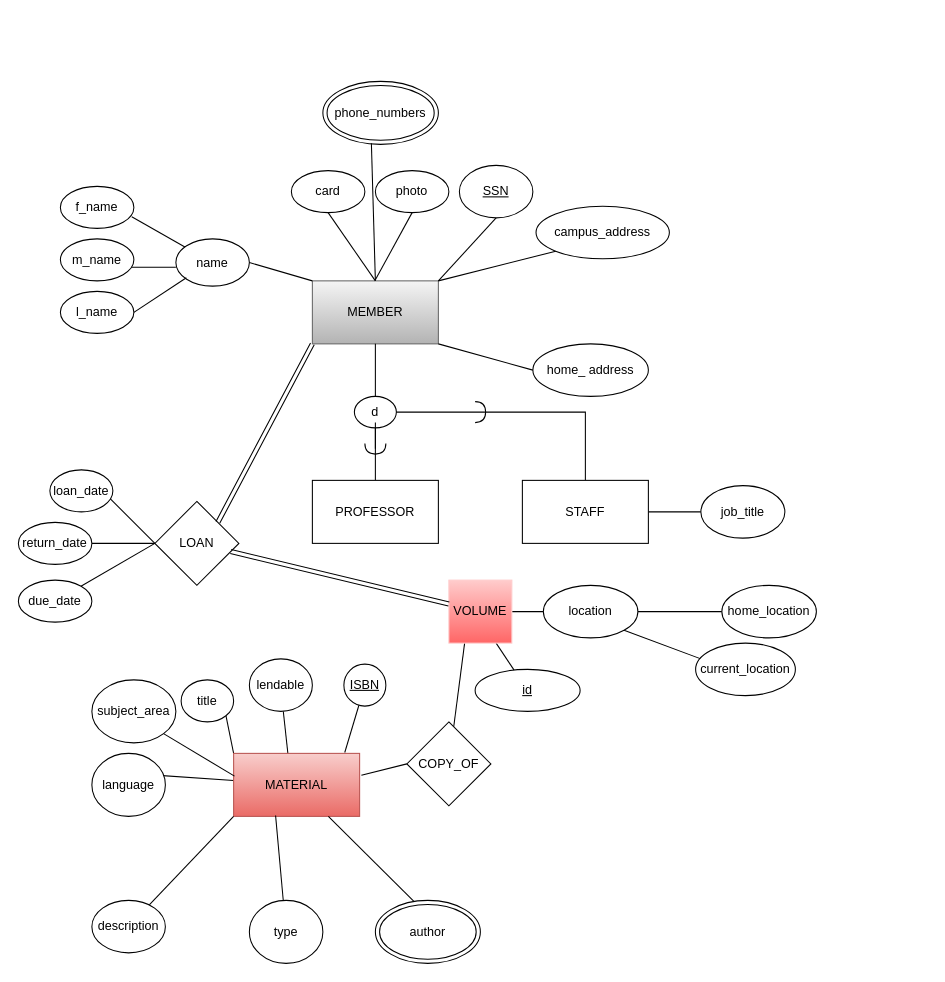
Earlier version of the draw.io diagram Docs/Untitled Diagram.drawio (psu0220-sem-1/Georgia10). Source tidied: cells renumbered, new cells numbered last; positions are measured from the earlier drawing's top-left corner, leaving out a move shared by most shapes. Both pictures are drawn from the tidied source at 105%, with x=0, y=0 at pixel (18, 81).
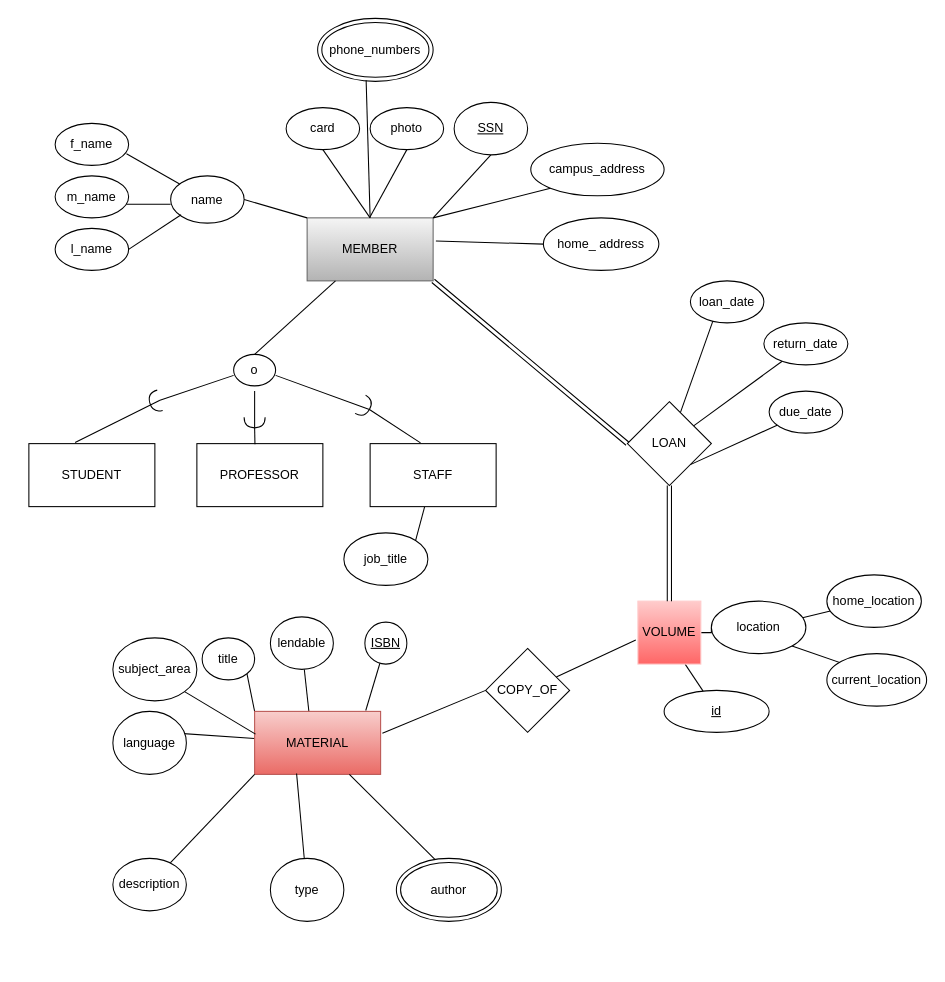
Above is the later version.

What changed in the source:
```diff
@@
-    <mxCell id="2" style="edgeStyle=orthogonalEdgeStyle;rounded=0;jettySize=auto;html=1;endArrow=none;endFill=0;" parent="1" edge="1" source="29" target="5">
-      <mxGeometry relative="1" as="geometry">
-        <Array as="points">
-          <mxPoint x="340" y="310" />
-          <mxPoint x="340" y="310" />
-        </Array>
-      </mxGeometry>
-    </mxCell>
     <mxCell id="3" value="MEMBER" style="rounded=0;whiteSpace=wrap;html=1;fillColor=#f5f5f5;strokeColor=#666666;gradientColor=#b3b3b3;" parent="1" vertex="1">
-      <mxGeometry x="280" y="190" width="120" height="60" as="geometry" />
+      <mxGeometry x="275" y="130" width="120" height="60" as="geometry" />
     </mxCell>
-    <mxCell id="4" style="edgeStyle=orthogonalEdgeStyle;rounded=0;jettySize=auto;html=1;exitX=1;exitY=0.5;exitDx=0;exitDy=0;endArrow=none;endFill=0;" parent="1" edge="1" source="31" target="7">
-      <mxGeometry relative="1" as="geometry" />
-    </mxCell>
     <mxCell id="5" value="PROFESSOR" style="rounded=0;whiteSpace=wrap;html=1;" parent="1" vertex="1">
-      <mxGeometry x="280" y="380" width="120" height="60" as="geometry" />
+      <mxGeometry x="170" y="345" width="120" height="60" as="geometry" />
     </mxCell>
-    <mxCell id="6" style="edgeStyle=none;rounded=0;jettySize=auto;html=1;entryX=0;entryY=0.5;entryDx=0;entryDy=0;startArrow=none;startFill=0;endArrow=none;endFill=0;" parent="1" edge="1" source="7" target="32">
+    <mxCell id="6" style="edgeStyle=none;rounded=0;jettySize=auto;html=1;entryX=1;entryY=0;entryDx=0;entryDy=0;startArrow=none;startFill=0;endArrow=none;endFill=0;" parent="1" edge="1" source="7" target="32">
       <mxGeometry relative="1" as="geometry" />
     </mxCell>
     <mxCell id="7" value="STAFF" style="rounded=0;whiteSpace=wrap;html=1;" parent="1" vertex="1">
-      <mxGeometry x="480" y="380" width="120" height="60" as="geometry" />
+      <mxGeometry x="335" y="345" width="120" height="60" as="geometry" />
     </mxCell>
     <mxCell id="8" style="endArrow=none;html=1;entryX=0.5;entryY=1;entryDx=0;entryDy=0;" parent="1" edge="1" target="9">
       <mxGeometry relative="1" as="geometry">
-        <mxPoint x="400" y="190" as="sourcePoint" />
+        <mxPoint x="395" y="130" as="sourcePoint" />
       </mxGeometry>
     </mxCell>
     <mxCell id="9" value="&lt;u&gt;SSN&lt;/u&gt;" style="ellipse;whiteSpace=wrap;html=1;" parent="1" vertex="1">
-      <mxGeometry x="420" y="80" width="70" height="50" as="geometry" />
+      <mxGeometry x="415" y="20" width="70" height="50" as="geometry" />
     </mxCell>
     <mxCell id="10" value="campus_address" style="ellipse;whiteSpace=wrap;html=1;" parent="1" vertex="1">
-      <mxGeometry x="493" y="119" width="127" height="50" as="geometry" />
+      <mxGeometry x="488" y="59" width="127" height="50" as="geometry" />
     </mxCell>
     <mxCell id="11" value="home_ address" style="ellipse;whiteSpace=wrap;html=1;" parent="1" vertex="1">
-      <mxGeometry x="490" y="250" width="110" height="50" as="geometry" />
+      <mxGeometry x="500" y="130" width="110" height="50" as="geometry" />
     </mxCell>
     <mxCell id="12" value="photo" style="ellipse;whiteSpace=wrap;html=1;" parent="1" vertex="1">
-      <mxGeometry x="340" y="85" width="70" height="40" as="geometry" />
+      <mxGeometry x="335" y="25" width="70" height="40" as="geometry" />
     </mxCell>
     <mxCell id="13" value="card" style="ellipse;whiteSpace=wrap;html=1;" parent="1" vertex="1">
-      <mxGeometry x="260" y="85" width="70" height="40" as="geometry" />
+      <mxGeometry x="255" y="25" width="70" height="40" as="geometry" />
     </mxCell>
     <mxCell id="14" value="name" style="ellipse;whiteSpace=wrap;html=1;strokeColor=#000000;direction=west;" parent="1" vertex="1">
-      <mxGeometry x="150" y="150" width="70" height="45" as="geometry" />
+      <mxGeometry x="145" y="90" width="70" height="45" as="geometry" />
     </mxCell>
     <mxCell id="15" value="phone_numbers" style="ellipse;shape=doubleEllipse;whiteSpace=wrap;html=1;" parent="1" vertex="1">
-      <mxGeometry x="290" width="110" height="60" as="geometry" />
+      <mxGeometry x="285" y="-60" width="110" height="60" as="geometry" />
     </mxCell>
     <mxCell id="16" value="f_name" style="ellipse;whiteSpace=wrap;html=1;strokeColor=#000000;" parent="1" vertex="1">
-      <mxGeometry x="40" y="100" width="70" height="40" as="geometry" />
+      <mxGeometry x="35" y="40" width="70" height="40" as="geometry" />
     </mxCell>
     <mxCell id="17" value="m_name" style="ellipse;whiteSpace=wrap;html=1;" parent="1" vertex="1">
-      <mxGeometry x="40" y="150" width="70" height="40" as="geometry" />
+      <mxGeometry x="35" y="90" width="70" height="40" as="geometry" />
     </mxCell>
     <mxCell id="18" value="l_name" style="ellipse;whiteSpace=wrap;html=1;" parent="1" vertex="1">
-      <mxGeometry x="40" y="200" width="70" height="40" as="geometry" />
+      <mxGeometry x="35" y="140" width="70" height="40" as="geometry" />
     </mxCell>
@@
     <mxCell id="20" style="endArrow=none;html=1;entryX=0.971;entryY=0.675;entryDx=0;entryDy=0;entryPerimeter=0;" parent="1" edge="1" target="17">
       <mxGeometry relative="1" as="geometry">
-        <mxPoint x="150" y="177" as="sourcePoint" />
+        <mxPoint x="145" y="117" as="sourcePoint" />
       </mxGeometry>
     </mxCell>
     <mxCell id="21" style="endArrow=none;html=1;entryX=1;entryY=0.5;entryDx=0;entryDy=0;" parent="1" edge="1" target="18">
       <mxGeometry relative="1" as="geometry">
-        <mxPoint x="160" y="187" as="sourcePoint" />
+        <mxPoint x="155" y="127" as="sourcePoint" />
       </mxGeometry>
     </mxCell>
@@
     <mxCell id="23" style="endArrow=none;html=1;entryX=0.5;entryY=1;entryDx=0;entryDy=0;" parent="1" edge="1" target="12">
       <mxGeometry relative="1" as="geometry">
-        <mxPoint x="340" y="189" as="sourcePoint" />
+        <mxPoint x="335" y="129" as="sourcePoint" />
       </mxGeometry>
     </mxCell>
@@
-    <mxCell id="27" value="d" style="ellipse;whiteSpace=wrap;html=1;strokeColor=#000000;" parent="1" vertex="1">
-      <mxGeometry x="320" y="300" width="40" height="30" as="geometry" />
-    </mxCell>
-    <mxCell id="28" style="edgeStyle=orthogonalEdgeStyle;rounded=0;jettySize=auto;html=1;endArrow=none;endFill=0;" parent="1" edge="1" source="3" target="27">
+    <mxCell id="28" style="rounded=0;jettySize=auto;html=1;endArrow=none;endFill=0;entryX=0.5;entryY=0;entryDx=0;entryDy=0;" parent="1" edge="1" source="3" target="27">
       <mxGeometry relative="1" as="geometry" />
     </mxCell>
-    <mxCell id="29" style="shape=requiredInterface;html=1;verticalLabelPosition=bottom;strokeColor=#000000;direction=south;" parent="1" vertex="1">
-      <mxGeometry x="330" y="345" width="20" height="10" as="geometry" />
-    </mxCell>
-    <mxCell id="30" style="edgeStyle=orthogonalEdgeStyle;rounded=0;jettySize=auto;html=1;endArrow=none;endFill=0;" parent="1" edge="1" source="27" target="29">
-      <mxGeometry relative="1" as="geometry" />
-    </mxCell>
-    <mxCell id="31" style="shape=requiredInterface;html=1;verticalLabelPosition=bottom;strokeColor=#000000;direction=east;" parent="1" vertex="1">
-      <mxGeometry x="435" y="305" width="10" height="20" as="geometry" />
-    </mxCell>
     <mxCell id="32" value="job_title" style="ellipse;whiteSpace=wrap;html=1;strokeColor=#000000;" parent="1" vertex="1">
-      <mxGeometry x="650" y="385" width="80" height="50" as="geometry" />
+      <mxGeometry x="310" y="430" width="80" height="50" as="geometry" />
     </mxCell>
-    <mxCell id="33" style="endArrow=none;html=1;exitX=1;exitY=1;exitDx=0;exitDy=0;entryX=0;entryY=0.5;entryDx=0;entryDy=0;" parent="1" edge="1" source="3" target="11">
+    <mxCell id="33" style="endArrow=none;html=1;exitX=1.022;exitY=0.367;exitDx=0;exitDy=0;entryX=0;entryY=0.5;entryDx=0;entryDy=0;exitPerimeter=0;" parent="1" edge="1" source="3" target="11">
       <mxGeometry relative="1" as="geometry" />
     </mxCell>
-    <mxCell id="34" style="endArrow=none;html=1;exitX=1;exitY=0.5;exitDx=0;exitDy=0;entryX=1;entryY=0.5;entryDx=0;entryDy=0;entryPerimeter=0;" parent="1" edge="1" source="27" target="31">
+    <mxCell id="34" style="endArrow=none;html=1;exitX=1;exitY=0.5;exitDx=0;exitDy=0;entryX=0.4;entryY=-0.012;entryDx=0;entryDy=0;entryPerimeter=0;" parent="1" edge="1" source="31" target="7">
       <mxGeometry relative="1" as="geometry" />
     </mxCell>
-    <mxCell id="35" style="rounded=0;jettySize=auto;html=1;entryX=0.5;entryY=0;entryDx=0;entryDy=0;startArrow=none;startFill=0;endArrow=none;endFill=0;exitX=0;exitY=0.5;exitDx=0;exitDy=0;" parent="1" edge="1" source="36" target="39">
+    <mxCell id="35" style="rounded=0;jettySize=auto;html=1;entryX=0.5;entryY=0;entryDx=0;entryDy=0;startArrow=none;startFill=0;endArrow=none;endFill=0;" parent="1" edge="1" source="36" target="39">
       <mxGeometry relative="1" as="geometry" />
     </mxCell>
     <mxCell id="36" value="LOAN" style="rhombus;whiteSpace=wrap;html=1;strokeColor=#000000;" parent="1" vertex="1">
-      <mxGeometry x="130" y="400" width="80" height="80" as="geometry" />
+      <mxGeometry x="580" y="305" width="80" height="80" as="geometry" />
     </mxCell>
-    <mxCell id="37" style="shape=link;html=1;entryX=0;entryY=1;entryDx=0;entryDy=0;exitX=1;exitY=0;exitDx=0;exitDy=0;" parent="1" edge="1" source="36" target="3">
+    <mxCell id="37" style="shape=link;html=1;exitX=0;exitY=0.5;exitDx=0;exitDy=0;entryX=1;entryY=1;entryDx=0;entryDy=0;" parent="1" edge="1" source="36" target="3">
       <mxGeometry relative="1" as="geometry" />
     </mxCell>
@@
     <mxCell id="39" value="loan_date" style="ellipse;whiteSpace=wrap;html=1;strokeColor=#000000;" parent="1" vertex="1">
-      <mxGeometry x="30" y="370" width="60" height="40" as="geometry" />
+      <mxGeometry x="640" y="190" width="70" height="40" as="geometry" />
     </mxCell>
-    <mxCell id="40" style="edgeStyle=none;rounded=0;jettySize=auto;html=1;startArrow=none;startFill=0;endArrow=none;endFill=0;exitX=0;exitY=0.5;exitDx=0;exitDy=0;" parent="1" edge="1" source="36" target="42">
+    <mxCell id="40" style="edgeStyle=none;rounded=0;jettySize=auto;html=1;startArrow=none;startFill=0;endArrow=none;endFill=0;exitX=1;exitY=1;exitDx=0;exitDy=0;" parent="1" edge="1" source="36" target="42">
       <mxGeometry relative="1" as="geometry" />
     </mxCell>
     <mxCell id="41" value="return_date" style="ellipse;whiteSpace=wrap;html=1;strokeColor=#000000;" parent="1" vertex="1">
-      <mxGeometry y="420" width="70" height="40" as="geometry" />
+      <mxGeometry x="710" y="230" width="80" height="40" as="geometry" />
     </mxCell>
     <mxCell id="42" value="due_date" style="ellipse;whiteSpace=wrap;html=1;strokeColor=#000000;" parent="1" vertex="1">
-      <mxGeometry y="475" width="70" height="40" as="geometry" />
+      <mxGeometry x="715" y="295" width="70" height="40" as="geometry" />
     </mxCell>
@@
-    <mxCell id="45" style="rounded=0;jettySize=auto;html=1;exitX=0.25;exitY=1;exitDx=0;exitDy=0;startArrow=none;startFill=0;endArrow=none;endFill=0;" parent="1" edge="1" source="46" target="53">
+    <mxCell id="45" style="rounded=0;jettySize=auto;html=1;exitX=-0.033;exitY=0.617;exitDx=0;exitDy=0;startArrow=none;startFill=0;endArrow=none;endFill=0;exitPerimeter=0;" parent="1" edge="1" source="46" target="53">
       <mxGeometry relative="1" as="geometry" />
     </mxCell>
     <mxCell id="46" value="VOLUME" style="whiteSpace=wrap;html=1;strokeColor=#FFCCCC;fillColor=#FFCCCC;gradientColor=#FF6666;" parent="1" vertex="1">
-      <mxGeometry x="410" y="475" width="60" height="60" as="geometry" />
+      <mxGeometry x="590" y="495" width="60" height="60" as="geometry" />
     </mxCell>
@@
     <mxCell id="48" style="edgeStyle=none;rounded=0;jettySize=auto;html=1;exitX=1;exitY=1;exitDx=0;exitDy=0;startArrow=none;startFill=0;endArrow=none;endFill=0;" parent="1" edge="1" source="49">
       <mxGeometry relative="1" as="geometry">
-        <mxPoint x="650" y="550" as="targetPoint" />
+        <mxPoint x="830" y="570" as="targetPoint" />
       </mxGeometry>
     </mxCell>
     <mxCell id="49" value="location" style="ellipse;whiteSpace=wrap;html=1;strokeColor=#000000;" parent="1" vertex="1">
-      <mxGeometry x="500" y="480" width="90" height="50" as="geometry" />
+      <mxGeometry x="660" y="495" width="90" height="50" as="geometry" />
     </mxCell>
     <mxCell id="50" value="home_location" style="ellipse;whiteSpace=wrap;html=1;strokeColor=#000000;" parent="1" vertex="1">
-      <mxGeometry x="670" y="480" width="90" height="50" as="geometry" />
+      <mxGeometry x="770" y="470" width="90" height="50" as="geometry" />
     </mxCell>
     <mxCell id="51" value="id" style="ellipse;whiteSpace=wrap;html=1;align=center;fontStyle=4;strokeColor=#000000;" parent="1" vertex="1">
-      <mxGeometry x="435" y="560" width="100" height="40" as="geometry" />
+      <mxGeometry x="615" y="580" width="100" height="40" as="geometry" />
     </mxCell>
@@
     <mxCell id="53" value="COPY_OF" style="rhombus;whiteSpace=wrap;html=1;strokeColor=#000000;" parent="1" vertex="1">
-      <mxGeometry x="370" y="610" width="80" height="80" as="geometry" />
+      <mxGeometry x="445" y="540" width="80" height="80" as="geometry" />
     </mxCell>
     <mxCell id="54" style="rounded=0;jettySize=auto;html=1;startArrow=none;startFill=0;endArrow=none;endFill=0;" parent="1" edge="1" source="57">
       <mxGeometry relative="1" as="geometry">
-        <mxPoint x="120" y="660" as="targetPoint" />
+        <mxPoint x="140" y="620" as="targetPoint" />
       </mxGeometry>
     </mxCell>
@@
     <mxCell id="57" value="MATERIAL" style="rounded=0;whiteSpace=wrap;html=1;strokeColor=#b85450;fillColor=#f8cecc;gradientColor=#ea6b66;" parent="1" vertex="1">
-      <mxGeometry x="205" y="640" width="120" height="60" as="geometry" />
+      <mxGeometry x="225" y="600" width="120" height="60" as="geometry" />
     </mxCell>
@@
     <mxCell id="59" value="subject_area" style="ellipse;whiteSpace=wrap;html=1;strokeColor=#000000;" parent="1" vertex="1">
-      <mxGeometry x="70" y="570" width="80" height="60" as="geometry" />
+      <mxGeometry x="90" y="530" width="80" height="60" as="geometry" />
     </mxCell>
     <mxCell id="60" value="title" style="ellipse;whiteSpace=wrap;html=1;strokeColor=#000000;" parent="1" vertex="1">
-      <mxGeometry x="155" y="570" width="50" height="40" as="geometry" />
+      <mxGeometry x="175" y="530" width="50" height="40" as="geometry" />
     </mxCell>
@@
     <mxCell id="62" value="lendable" style="ellipse;whiteSpace=wrap;html=1;strokeColor=#000000;" parent="1" vertex="1">
-      <mxGeometry x="220" y="550" width="60" height="50" as="geometry" />
+      <mxGeometry x="240" y="510" width="60" height="50" as="geometry" />
     </mxCell>
     <mxCell id="63" value="&lt;u&gt;ISBN&lt;/u&gt;" style="ellipse;whiteSpace=wrap;html=1;strokeColor=#000000;" parent="1" vertex="1">
-      <mxGeometry x="310" y="555" width="40" height="40" as="geometry" />
+      <mxGeometry x="330" y="515" width="40" height="40" as="geometry" />
     </mxCell>
     <mxCell id="64" value="language" style="ellipse;whiteSpace=wrap;html=1;strokeColor=#000000;" parent="1" vertex="1">
-      <mxGeometry x="70" y="640" width="70" height="60" as="geometry" />
+      <mxGeometry x="90" y="600" width="70" height="60" as="geometry" />
     </mxCell>
@@
     <mxCell id="67" value="description" style="ellipse;whiteSpace=wrap;html=1;strokeColor=#000000;" parent="1" vertex="1">
-      <mxGeometry x="70" y="780" width="70" height="50" as="geometry" />
+      <mxGeometry x="90" y="740" width="70" height="50" as="geometry" />
     </mxCell>
     <mxCell id="68" style="edgeStyle=none;rounded=0;jettySize=auto;html=1;startArrow=none;startFill=0;endArrow=none;endFill=0;" parent="1" edge="1" source="57">
       <mxGeometry relative="1" as="geometry">
-        <mxPoint x="382.7" y="786.9" as="targetPoint" />
+        <mxPoint x="402.7" y="746.9" as="targetPoint" />
       </mxGeometry>
     </mxCell>
     <mxCell id="69" value="type" style="ellipse;whiteSpace=wrap;html=1;strokeColor=#000000;" parent="1" vertex="1">
-      <mxGeometry x="220" y="780" width="70" height="60" as="geometry" />
+      <mxGeometry x="240" y="740" width="70" height="60" as="geometry" />
     </mxCell>
     <mxCell id="70" value="author" style="ellipse;shape=doubleEllipse;whiteSpace=wrap;html=1;strokeColor=#000000;" parent="1" vertex="1">
-      <mxGeometry x="340" y="780" width="100" height="60" as="geometry" />
+      <mxGeometry x="360" y="740" width="100" height="60" as="geometry" />
     </mxCell>
-    <mxCell id="71" style="shape=link;html=1;startArrow=none;startFill=0;endArrow=none;endFill=0;" parent="1" edge="1" source="36" target="46">
+    <mxCell id="71" style="shape=link;html=1;startArrow=none;startFill=0;endArrow=none;endFill=0;exitX=0.5;exitY=1;exitDx=0;exitDy=0;" parent="1" edge="1" source="36" target="46">
       <mxGeometry relative="1" as="geometry" />
     </mxCell>
     <mxCell id="72" value="current_location" style="ellipse;whiteSpace=wrap;html=1;strokeColor=#000000;" parent="1" vertex="1">
-      <mxGeometry x="645" y="535" width="95" height="50" as="geometry" />
+      <mxGeometry x="770" y="545" width="95" height="50" as="geometry" />
     </mxCell>
+    <mxCell id="2" style="edgeStyle=none;rounded=0;jettySize=auto;html=1;exitX=1;exitY=0.5;exitDx=0;exitDy=0;endArrow=none;endFill=0;exitPerimeter=0;entryX=0.461;entryY=0.011;entryDx=0;entryDy=0;entryPerimeter=0;" parent="1" edge="1" source="29" target="5">
+      <mxGeometry relative="1" as="geometry" />
+    </mxCell>
+    <mxCell id="27" value="o" style="ellipse;whiteSpace=wrap;html=1;strokeColor=#000000;" parent="1" vertex="1">
+      <mxGeometry x="205" y="260" width="40" height="30" as="geometry" />
+    </mxCell>
+    <mxCell id="73" value="STUDENT" style="rounded=0;whiteSpace=wrap;html=1;" parent="1" vertex="1">
+      <mxGeometry x="10" y="345" width="120" height="60" as="geometry" />
+    </mxCell>
+    <mxCell id="74" style="rounded=0;jettySize=auto;html=1;endArrow=none;endFill=0;entryX=0.367;entryY=-0.017;entryDx=0;entryDy=0;exitX=0;exitY=0.5;exitDx=0;exitDy=0;entryPerimeter=0;" parent="1" edge="1" source="75" target="73">
+      <mxGeometry relative="1" as="geometry" />
+    </mxCell>
+    <mxCell id="75" style="shape=requiredInterface;html=1;verticalLabelPosition=bottom;strokeColor=#000000;direction=south;rotation=75;" parent="1" vertex="1">
+      <mxGeometry x="120" y="300" width="20" height="10" as="geometry" />
+    </mxCell>
+    <mxCell id="76" style="rounded=0;jettySize=auto;html=1;endArrow=none;endFill=0;entryX=0;entryY=0.5;entryDx=0;entryDy=0;exitX=0;exitY=0.5;exitDx=0;exitDy=0;entryPerimeter=0;" parent="1" edge="1" target="75">
+      <mxGeometry relative="1" as="geometry">
+        <mxPoint x="205" y="280" as="sourcePoint" />
+      </mxGeometry>
+    </mxCell>
+    <mxCell id="31" style="shape=requiredInterface;html=1;verticalLabelPosition=bottom;strokeColor=#000000;direction=east;rotation=30;" parent="1" vertex="1">
+      <mxGeometry x="325" y="300" width="10" height="20" as="geometry" />
+    </mxCell>
+    <mxCell id="77" style="endArrow=none;html=1;exitX=1;exitY=0.5;exitDx=0;exitDy=0;entryX=1;entryY=0.5;entryDx=0;entryDy=0;entryPerimeter=0;" parent="1" edge="1" target="31">
+      <mxGeometry relative="1" as="geometry">
+        <mxPoint x="245" y="280" as="sourcePoint" />
+      </mxGeometry>
+    </mxCell>
+    <mxCell id="29" style="shape=requiredInterface;html=1;verticalLabelPosition=bottom;strokeColor=#000000;direction=south;" parent="1" vertex="1">
+      <mxGeometry x="215" y="320" width="20" height="10" as="geometry" />
+    </mxCell>
+    <mxCell id="78" style="edgeStyle=none;rounded=0;jettySize=auto;html=1;exitX=0.5;exitY=1;exitDx=0;exitDy=0;endArrow=none;endFill=0;entryX=1;entryY=0.5;entryDx=0;entryDy=0;entryPerimeter=0;" parent="1" edge="1" target="29">
+      <mxGeometry relative="1" as="geometry">
+        <mxPoint x="225" y="295" as="sourcePoint" />
+      </mxGeometry>
+    </mxCell>
```
